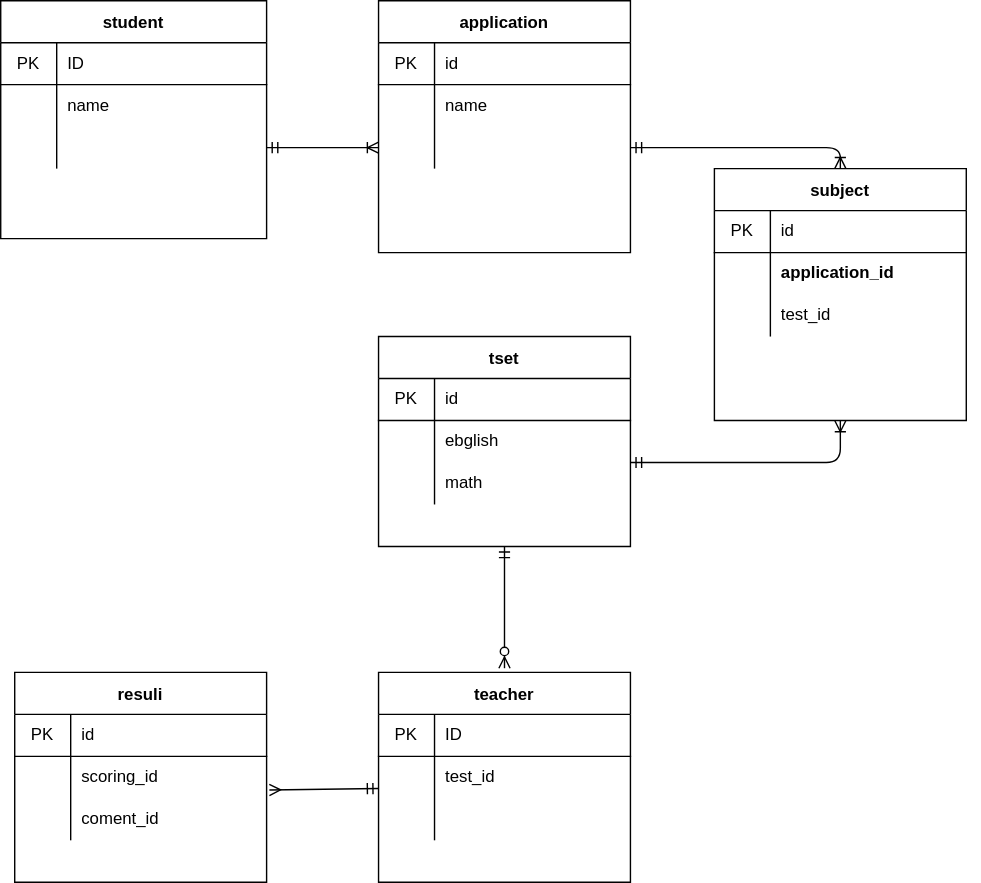
Above: 設計テスト.drawio.svg in fujiwaramatsuri/20211219fujiwara (draw.io), before the change. Source tidied: cells renumbered, new cells last; positions are measured from the earlier drawing's top-left corner, leaving out a move shared by most shapes.
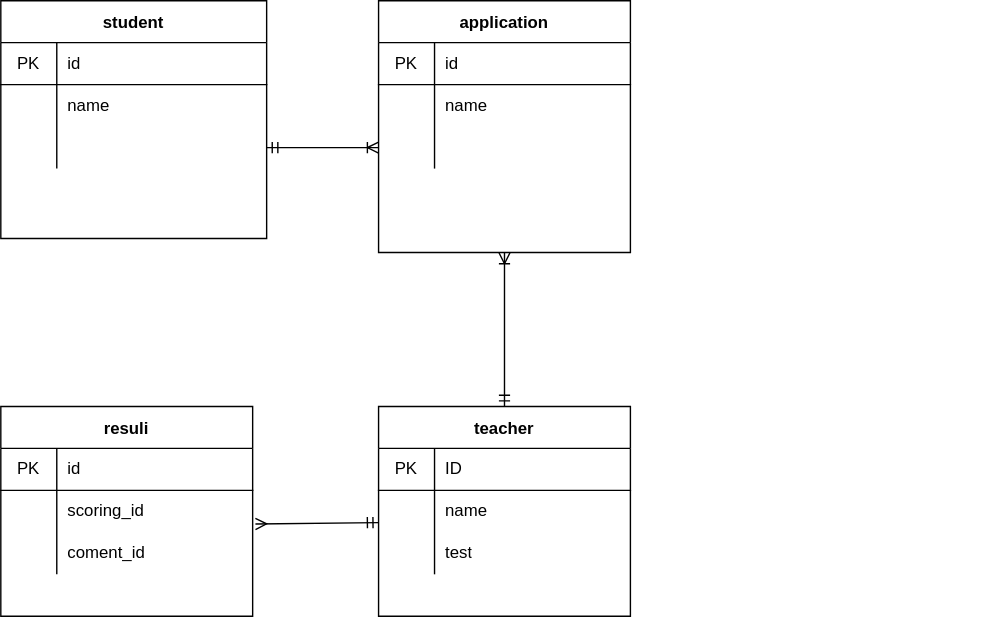
After the commit.

Change to the diagram source:
```diff
@@ -11,7 +11,7 @@
     <mxCell id="4" value="PK" style="shape=partialRectangle;html=1;whiteSpace=wrap;fillColor=none;top=0;left=0;bottom=0;right=0;overflow=hidden;" parent="3" vertex="1">
       <mxGeometry width="40" height="30" as="geometry" />
     </mxCell>
-    <mxCell id="5" value="ID" style="shape=partialRectangle;html=1;whiteSpace=wrap;fillColor=none;top=0;left=0;bottom=0;right=0;align=left;spacingLeft=6;overflow=hidden;" parent="3" vertex="1">
+    <mxCell id="5" value="id" style="shape=partialRectangle;html=1;whiteSpace=wrap;fillColor=none;top=0;left=0;bottom=0;right=0;align=left;spacingLeft=6;overflow=hidden;" parent="3" vertex="1">
       <mxGeometry x="40" width="150" height="30" as="geometry" />
     </mxCell>
     <mxCell id="6" style="shape=partialRectangle;html=1;whiteSpace=wrap;fillColor=none;top=0;left=0;bottom=0;right=0;" parent="2" vertex="1">
@@ -36,7 +36,7 @@
       <mxGeometry relative="1" as="geometry" />
     </mxCell>
     <mxCell id="13" value="teacher" style="shape=table;startSize=30;rowLines=0;fontStyle=1;align=center;" parent="1" vertex="1">
-      <mxGeometry x="270" y="480" width="180" height="150" as="geometry" />
+      <mxGeometry x="270" y="290" width="180" height="150" as="geometry" />
     </mxCell>
     <mxCell id="14" style="shape=partialRectangle;html=1;whiteSpace=wrap;fillColor=none;top=0;left=0;bottom=1;right=0;" parent="13" vertex="1">
       <mxGeometry y="30" width="180" height="30" as="geometry" />
@@ -53,7 +53,7 @@
     <mxCell id="18" style="shape=partialRectangle;html=1;whiteSpace=wrap;fillColor=none;top=0;left=0;bottom=0;right=0;overflow=hidden;" parent="17" vertex="1">
       <mxGeometry width="40" height="30" as="geometry" />
     </mxCell>
-    <mxCell id="19" value="test_id" style="shape=partialRectangle;html=1;whiteSpace=wrap;fillColor=none;top=0;left=0;bottom=0;right=0;align=left;spacingLeft=6;overflow=hidden;" parent="17" vertex="1">
+    <mxCell id="19" value="name" style="shape=partialRectangle;html=1;whiteSpace=wrap;fillColor=none;top=0;left=0;bottom=0;right=0;align=left;spacingLeft=6;overflow=hidden;" parent="17" vertex="1">
       <mxGeometry x="40" width="140" height="30" as="geometry" />
     </mxCell>
     <mxCell id="20" style="shape=partialRectangle;html=1;whiteSpace=wrap;fillColor=none;top=0;left=0;bottom=0;right=0;" parent="13" vertex="1">
@@ -62,49 +62,11 @@
     <mxCell id="21" style="shape=partialRectangle;html=1;whiteSpace=wrap;fillColor=none;top=0;left=0;bottom=0;right=0;overflow=hidden;" parent="20" vertex="1">
       <mxGeometry width="40" height="30" as="geometry" />
     </mxCell>
-    <mxCell id="22" style="shape=partialRectangle;html=1;whiteSpace=wrap;fillColor=none;top=0;left=0;bottom=0;right=0;align=left;spacingLeft=6;overflow=hidden;" parent="20" vertex="1">
+    <mxCell id="22" value="test" style="shape=partialRectangle;html=1;whiteSpace=wrap;fillColor=none;top=0;left=0;bottom=0;right=0;align=left;spacingLeft=6;overflow=hidden;" parent="20" vertex="1">
       <mxGeometry x="40" width="140" height="30" as="geometry" />
     </mxCell>
-    <mxCell id="23" style="edgeStyle=none;html=1;exitX=0.5;exitY=1;exitDx=0;exitDy=0;startArrow=ERmandOne;startFill=0;endArrow=ERzeroToMany;endFill=1;" parent="1" edge="1" source="24">
-      <mxGeometry relative="1" as="geometry">
-        <mxPoint x="360" y="477" as="targetPoint" />
-        <Array as="points">
-          <mxPoint x="360" y="477" />
-        </Array>
-      </mxGeometry>
-    </mxCell>
-    <mxCell id="24" value="tset" style="shape=table;startSize=30;rowLines=0;fontStyle=1;align=center;" parent="1" vertex="1">
-      <mxGeometry x="270" y="240" width="180" height="150" as="geometry" />
-    </mxCell>
-    <mxCell id="25" style="shape=partialRectangle;html=1;whiteSpace=wrap;fillColor=none;top=0;left=0;bottom=1;right=0;" parent="24" vertex="1">
-      <mxGeometry y="30" width="180" height="30" as="geometry" />
-    </mxCell>
-    <mxCell id="26" value="PK" style="shape=partialRectangle;html=1;whiteSpace=wrap;fillColor=none;top=0;left=0;bottom=0;right=0;overflow=hidden;" parent="25" vertex="1">
-      <mxGeometry width="40" height="30" as="geometry" />
-    </mxCell>
-    <mxCell id="27" value="id" style="shape=partialRectangle;html=1;whiteSpace=wrap;fillColor=none;top=0;left=0;bottom=0;right=0;align=left;spacingLeft=6;overflow=hidden;" parent="25" vertex="1">
-      <mxGeometry x="40" width="140" height="30" as="geometry" />
-    </mxCell>
-    <mxCell id="28" style="shape=partialRectangle;html=1;whiteSpace=wrap;fillColor=none;top=0;left=0;bottom=0;right=0;" parent="24" vertex="1">
-      <mxGeometry y="60" width="180" height="30" as="geometry" />
-    </mxCell>
-    <mxCell id="29" style="shape=partialRectangle;html=1;whiteSpace=wrap;fillColor=none;top=0;left=0;bottom=0;right=0;overflow=hidden;" parent="28" vertex="1">
-      <mxGeometry width="40" height="30" as="geometry" />
-    </mxCell>
-    <mxCell id="30" value="&lt;span style=&quot;text-align: center&quot;&gt;ebglish&lt;/span&gt;" style="shape=partialRectangle;html=1;whiteSpace=wrap;fillColor=none;top=0;left=0;bottom=0;right=0;align=left;spacingLeft=6;overflow=hidden;" parent="28" vertex="1">
-      <mxGeometry x="40" width="140" height="30" as="geometry" />
-    </mxCell>
-    <mxCell id="31" style="shape=partialRectangle;html=1;whiteSpace=wrap;fillColor=none;top=0;left=0;bottom=0;right=0;" parent="24" vertex="1">
-      <mxGeometry y="90" width="180" height="30" as="geometry" />
-    </mxCell>
-    <mxCell id="32" style="shape=partialRectangle;html=1;whiteSpace=wrap;fillColor=none;top=0;left=0;bottom=0;right=0;overflow=hidden;" parent="31" vertex="1">
-      <mxGeometry width="40" height="30" as="geometry" />
-    </mxCell>
-    <mxCell id="33" value="&lt;span style=&quot;text-align: center&quot;&gt;math&lt;/span&gt;" style="shape=partialRectangle;html=1;whiteSpace=wrap;fillColor=none;top=0;left=0;bottom=0;right=0;align=left;spacingLeft=6;overflow=hidden;" parent="31" vertex="1">
-      <mxGeometry x="40" width="140" height="30" as="geometry" />
-    </mxCell>
     <mxCell id="34" value="resuli" style="shape=table;startSize=30;rowLines=0;fontStyle=1;align=center;" parent="1" vertex="1">
-      <mxGeometry x="10" y="480" width="180" height="150" as="geometry" />
+      <mxGeometry y="290" width="180" height="150" as="geometry" />
     </mxCell>
     <mxCell id="35" style="shape=partialRectangle;html=1;whiteSpace=wrap;fillColor=none;top=0;left=0;bottom=1;right=0;" parent="34" vertex="1">
       <mxGeometry y="30" width="180" height="30" as="geometry" />
@@ -136,6 +98,9 @@
     <mxCell id="44" style="shape=partialRectangle;html=1;whiteSpace=wrap;fillColor=none;top=0;left=0;bottom=0;right=0;align=left;spacingLeft=6;overflow=hidden;" parent="1" vertex="1">
       <mxGeometry x="560" y="360" width="140" height="30" as="geometry" />
     </mxCell>
+    <mxCell id="69" style="edgeStyle=none;html=1;entryX=0.5;entryY=0;entryDx=0;entryDy=0;startArrow=ERoneToMany;startFill=0;endArrow=ERmandOne;endFill=0;" parent="1" edge="1" source="45" target="13">
+      <mxGeometry relative="1" as="geometry" />
+    </mxCell>
     <mxCell id="45" value="application" style="shape=table;startSize=30;rowLines=0;fontStyle=1;align=center;" parent="1" vertex="1">
       <mxGeometry x="270" width="180" height="180" as="geometry" />
     </mxCell>
@@ -169,56 +134,5 @@
     <mxCell id="55" style="edgeStyle=none;html=1;entryX=0;entryY=0.5;entryDx=0;entryDy=0;startArrow=ERmandOne;startFill=0;endArrow=ERoneToMany;endFill=0;exitX=1;exitY=0.5;exitDx=0;exitDy=0;" parent="1" edge="1" source="9" target="52">
       <mxGeometry relative="1" as="geometry" />
     </mxCell>
-    <mxCell id="56" value="subject" style="shape=table;startSize=30;rowLines=0;fontStyle=1;align=center;" parent="1" vertex="1">
-      <mxGeometry x="510" y="120" width="180" height="180" as="geometry" />
-    </mxCell>
-    <mxCell id="57" style="shape=partialRectangle;html=1;whiteSpace=wrap;fillColor=none;top=0;left=0;bottom=1;right=0;" parent="56" vertex="1">
-      <mxGeometry y="30" width="180" height="30" as="geometry" />
-    </mxCell>
-    <mxCell id="58" value="PK" style="shape=partialRectangle;html=1;whiteSpace=wrap;fillColor=none;top=0;left=0;bottom=0;right=0;overflow=hidden;" parent="57" vertex="1">
-      <mxGeometry width="40" height="30" as="geometry" />
-    </mxCell>
-    <mxCell id="59" value="id" style="shape=partialRectangle;html=1;whiteSpace=wrap;fillColor=none;top=0;left=0;bottom=0;right=0;align=left;spacingLeft=6;overflow=hidden;" parent="57" vertex="1">
-      <mxGeometry x="40" width="140" height="30" as="geometry" />
-    </mxCell>
-    <mxCell id="60" style="shape=partialRectangle;html=1;whiteSpace=wrap;fillColor=none;top=0;left=0;bottom=0;right=0;" parent="56" vertex="1">
-      <mxGeometry y="60" width="180" height="30" as="geometry" />
-    </mxCell>
-    <mxCell id="61" style="shape=partialRectangle;html=1;whiteSpace=wrap;fillColor=none;top=0;left=0;bottom=0;right=0;overflow=hidden;" parent="60" vertex="1">
-      <mxGeometry width="40" height="30" as="geometry" />
-    </mxCell>
-    <mxCell id="62" style="shape=partialRectangle;html=1;whiteSpace=wrap;fillColor=none;top=0;left=0;bottom=0;right=0;align=left;spacingLeft=6;overflow=hidden;" parent="60" vertex="1">
-      <mxGeometry x="40" width="140" height="30" as="geometry" />
-    </mxCell>
-    <mxCell id="63" style="shape=partialRectangle;html=1;whiteSpace=wrap;fillColor=none;top=0;left=0;bottom=0;right=0;" parent="56" vertex="1">
-      <mxGeometry y="90" width="180" height="30" as="geometry" />
-    </mxCell>
-    <mxCell id="64" style="shape=partialRectangle;html=1;whiteSpace=wrap;fillColor=none;top=0;left=0;bottom=0;right=0;overflow=hidden;" parent="63" vertex="1">
-      <mxGeometry width="40" height="30" as="geometry" />
-    </mxCell>
-    <mxCell id="65" style="shape=partialRectangle;html=1;whiteSpace=wrap;fillColor=none;top=0;left=0;bottom=0;right=0;align=left;spacingLeft=6;overflow=hidden;" parent="63" vertex="1">
-      <mxGeometry x="40" width="140" height="30" as="geometry" />
-    </mxCell>
-    <mxCell id="66" style="edgeStyle=none;html=1;entryX=0.5;entryY=0;entryDx=0;entryDy=0;startArrow=ERmandOne;startFill=0;endArrow=ERoneToMany;endFill=0;exitX=1;exitY=0.5;exitDx=0;exitDy=0;" parent="1" edge="1" source="52" target="56">
-      <mxGeometry relative="1" as="geometry">
-        <Array as="points">
-          <mxPoint x="600" y="105" />
-        </Array>
-      </mxGeometry>
-    </mxCell>
-    <mxCell id="67" value="&lt;span style=&quot;font-weight: 700 ; text-align: center&quot;&gt;application_id&lt;/span&gt;" style="shape=partialRectangle;html=1;whiteSpace=wrap;fillColor=none;top=0;left=0;bottom=0;right=0;align=left;spacingLeft=6;overflow=hidden;" parent="1" vertex="1">
-      <mxGeometry x="550" y="180" width="140" height="30" as="geometry" />
-    </mxCell>
-    <mxCell id="68" value="&lt;span style=&quot;text-align: center&quot;&gt;test_id&lt;/span&gt;" style="shape=partialRectangle;html=1;whiteSpace=wrap;fillColor=none;top=0;left=0;bottom=0;right=0;align=left;spacingLeft=6;overflow=hidden;" parent="1" vertex="1">
-      <mxGeometry x="550" y="210" width="140" height="30" as="geometry" />
-    </mxCell>
-    <mxCell id="69" style="edgeStyle=none;html=1;entryX=0.5;entryY=1;entryDx=0;entryDy=0;startArrow=ERmandOne;startFill=0;endArrow=ERoneToMany;endFill=0;exitX=1;exitY=0.5;exitDx=0;exitDy=0;" parent="1" edge="1" target="56">
-      <mxGeometry relative="1" as="geometry">
-        <mxPoint x="450" y="330" as="sourcePoint" />
-        <Array as="points">
-          <mxPoint x="600" y="330" />
-        </Array>
-      </mxGeometry>
-    </mxCell>
   </root>
 </mxGraphModel>
```
